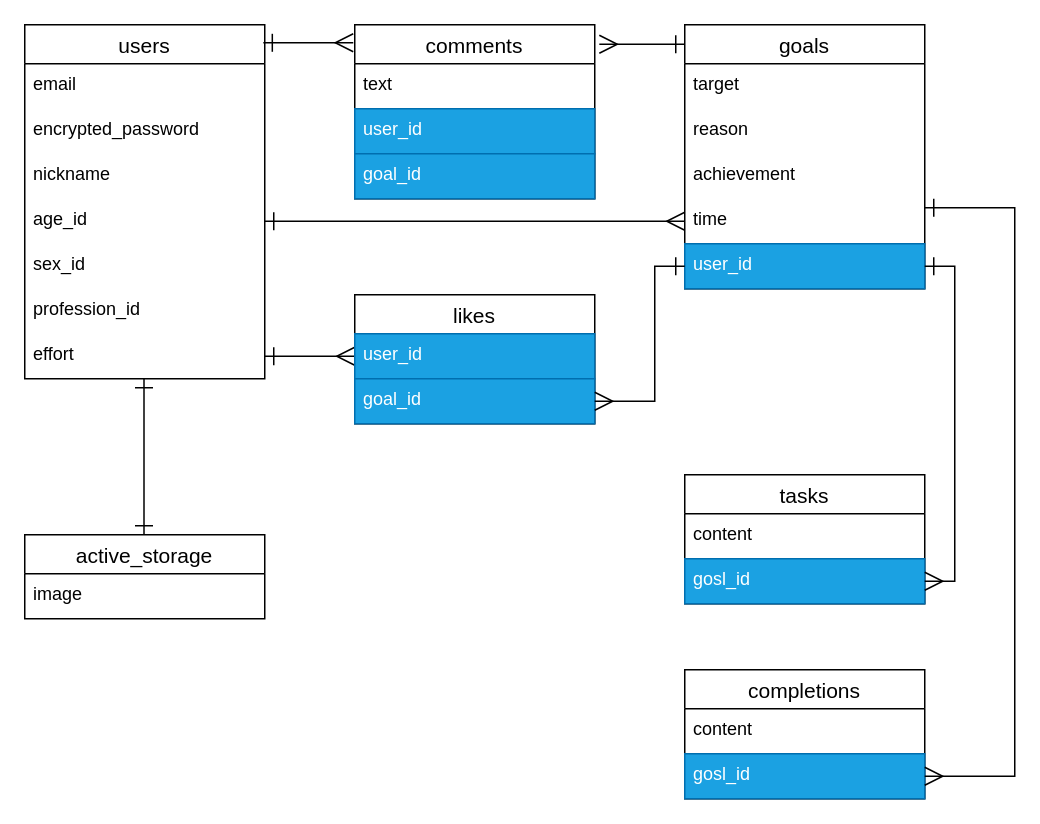
Earlier version of the draw.io diagram main.dio (kei11235/mainapp). Source tidied: cells renumbered, new cells numbered last; positions are measured from the earlier drawing's top-left corner, leaving out a move shared by most shapes. Both pictures are drawn from the tidied source at 150%, with x=0, y=0 at pixel (24, 24).
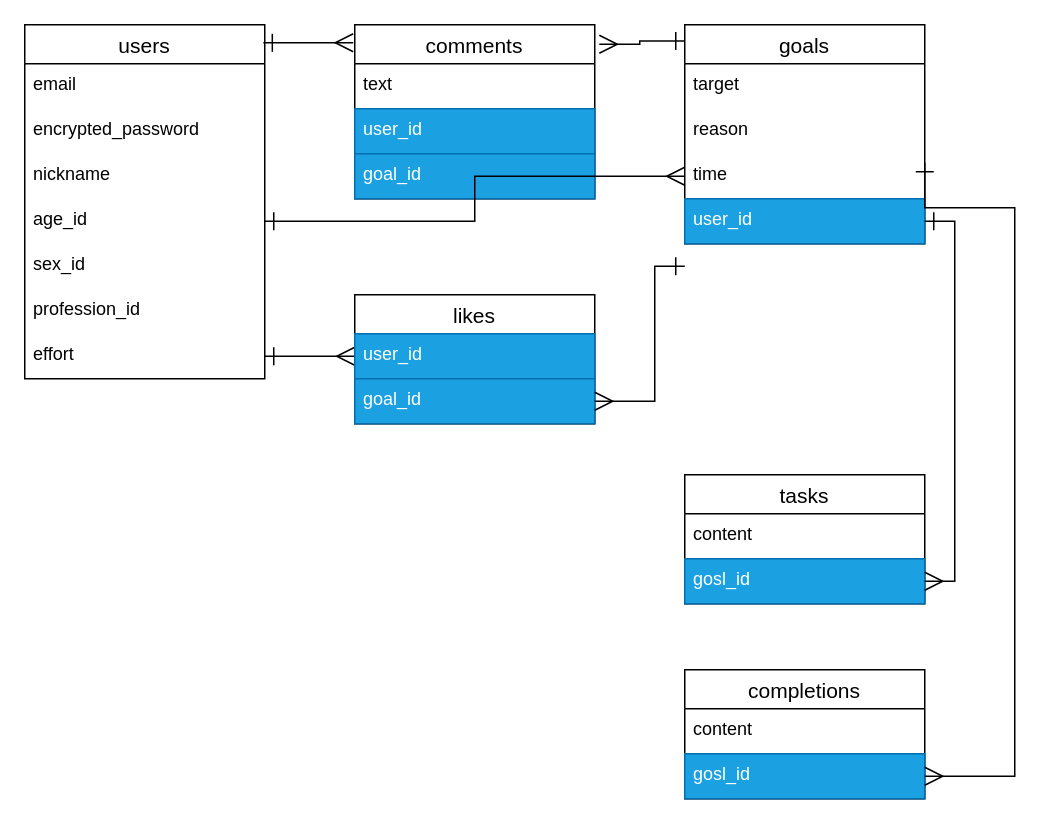
After the change.

What changed in the source:
```diff
@@
     <mxCell id="10" value="goals" style="swimlane;fontStyle=0;horizontal=1;startSize=26;align=center;fontSize=14;" parent="1" vertex="1">
-      <mxGeometry x="440" width="160" height="176" as="geometry" />
+      <mxGeometry x="440" width="160" height="146" as="geometry" />
     </mxCell>
@@
-    <mxCell id="13" value="achievement" style="text;strokeColor=none;fillColor=none;spacingLeft=4;spacingRight=4;overflow=hidden;fontSize=12;" parent="10" vertex="1">
-      <mxGeometry y="86" width="160" height="30" as="geometry" />
-    </mxCell>
     <mxCell id="14" value="time" style="text;strokeColor=none;fillColor=none;spacingLeft=4;spacingRight=4;overflow=hidden;points=[[0,0.5],[1,0.5]];portConstraint=eastwest;fontSize=12;" parent="10" vertex="1">
-      <mxGeometry y="116" width="160" height="30" as="geometry" />
+      <mxGeometry y="86" width="160" height="30" as="geometry" />
     </mxCell>
     <mxCell id="15" value="user_id" style="text;strokeColor=#006EAF;fillColor=#1ba1e2;spacingLeft=4;spacingRight=4;overflow=hidden;points=[[0,0.5],[1,0.5]];portConstraint=eastwest;fontSize=12;fontColor=#ffffff;" parent="10" vertex="1">
-      <mxGeometry y="146" width="160" height="30" as="geometry" />
+      <mxGeometry y="116" width="160" height="30" as="geometry" />
     </mxCell>
@@
-    <mxCell id="28" value="active_storage" style="swimlane;fontStyle=0;horizontal=1;startSize=26;align=center;fontSize=14;" parent="1" vertex="1">
-      <mxGeometry y="340" width="160" height="56" as="geometry" />
-    </mxCell>
-    <mxCell id="29" value="image" style="text;strokeColor=none;fillColor=none;spacingLeft=4;spacingRight=4;overflow=hidden;fontSize=12;" parent="28" vertex="1">
-      <mxGeometry y="26" width="160" height="30" as="geometry" />
-    </mxCell>
-    <mxCell id="30" style="rounded=0;orthogonalLoop=1;jettySize=auto;html=1;fontSize=11;startArrow=ERone;startFill=0;endArrow=ERone;endFill=0;startSize=10;endSize=10;" parent="1" edge="1">
-      <mxGeometry relative="1" as="geometry">
-        <mxPoint x="79.5" y="236" as="sourcePoint" />
-        <mxPoint x="79.5" y="340" as="targetPoint" />
-      </mxGeometry>
-    </mxCell>
```
